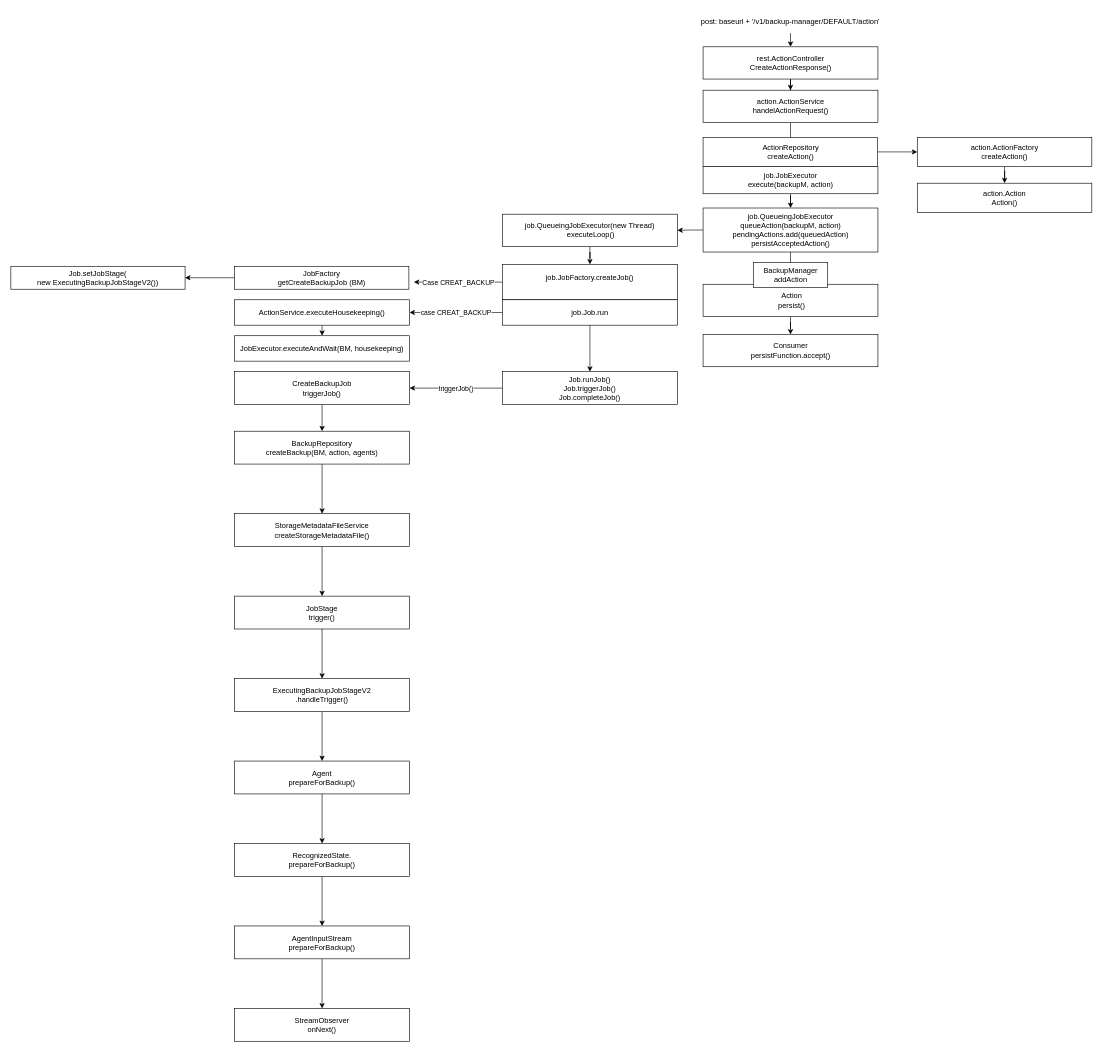
This is page "Page-2" (2 of 2) of BRO-Post-Action.drawio from Albert-W/Draw_io, a draw.io file, before an edit. Source tidied: cells renumbered, new cells numbered last; positions are measured from the earlier drawing's top-left corner, leaving out a move shared by most shapes. Both pictures are drawn from the tidied source at 62%, with x=0, y=0 at pixel (11, 11).
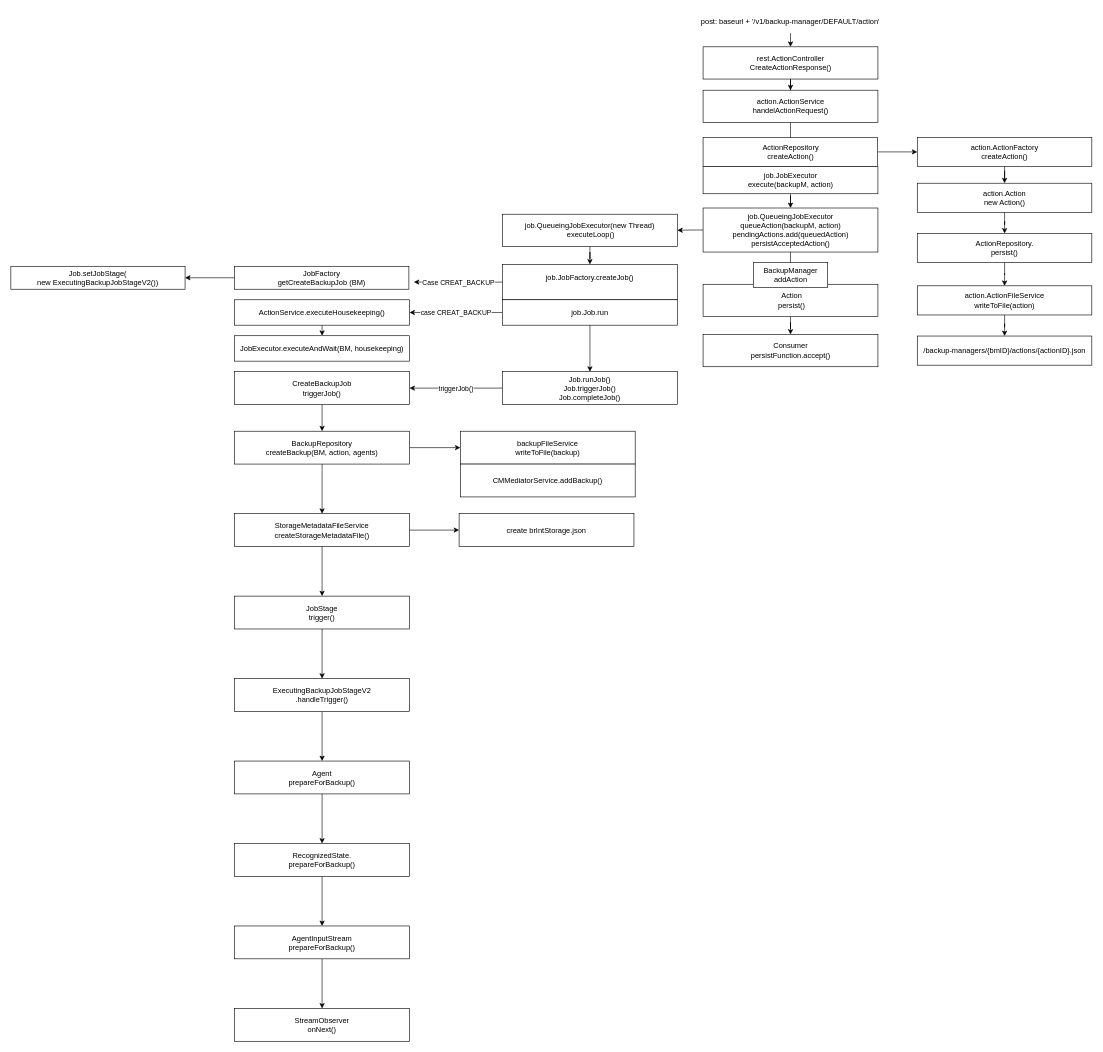
Above is the later version.

Unchanged cells that the change refers to:
```xml
<mxCell id="39" value="&lt;div&gt;BackupRepository&lt;/div&gt;&lt;div&gt;createBackup(BM, action, agents)&lt;br&gt;&lt;/div&gt;" style="rounded=0;whiteSpace=wrap;html=1;" parent="1" vertex="1">
  <mxGeometry x="361" y="678" width="282" height="53" as="geometry" />
</mxCell>
<mxCell id="41" value="&lt;div&gt;StorageMetadataFileService&lt;br&gt;&lt;/div&gt;&lt;div&gt;createStorageMetadataFile()&lt;br&gt;&lt;/div&gt;" style="rounded=0;whiteSpace=wrap;html=1;" parent="1" vertex="1">
  <mxGeometry x="361" y="811" width="282" height="53" as="geometry" />
</mxCell>
```

The edit, as a diff of the source:
```diff
@@
+    <mxCell id="54" style="edgeStyle=orthogonalEdgeStyle;rounded=0;jettySize=auto;html=1;" parent="1" edge="1" source="26" target="58">
+      <mxGeometry relative="1" as="geometry" />
+    </mxCell>
-    <mxCell id="26" value="&lt;div&gt;action.Action&lt;/div&gt;&lt;div&gt;Action()&lt;br&gt;&lt;/div&gt;" style="rounded=0;whiteSpace=wrap;html=1;" parent="1" vertex="1">
+    <mxCell id="26" value="&lt;div&gt;action.Action&lt;/div&gt;&lt;div&gt;new Action()&lt;br&gt;&lt;/div&gt;" style="rounded=0;whiteSpace=wrap;html=1;" parent="1" vertex="1">
       <mxGeometry x="1462" y="278" width="281.5" height="47" as="geometry" />
     </mxCell>
@@
+    <mxCell id="55" style="edgeStyle=orthogonalEdgeStyle;rounded=0;jettySize=auto;html=1;" parent="1" edge="1" source="39" target="63">
+      <mxGeometry relative="1" as="geometry" />
+    </mxCell>
@@
+    <mxCell id="56" style="edgeStyle=orthogonalEdgeStyle;rounded=0;jettySize=auto;html=1;" parent="1" edge="1" source="41" target="62">
+      <mxGeometry relative="1" as="geometry" />
+    </mxCell>
@@
+    <mxCell id="57" style="edgeStyle=orthogonalEdgeStyle;rounded=0;jettySize=auto;html=1;" parent="1" edge="1" source="58" target="60">
+      <mxGeometry relative="1" as="geometry" />
+    </mxCell>
+    <mxCell id="58" value="&lt;div&gt;ActionRepository.&lt;/div&gt;&lt;div&gt;persist()&lt;br&gt;&lt;/div&gt;" style="rounded=0;whiteSpace=wrap;html=1;" parent="1" vertex="1">
+      <mxGeometry x="1462" y="359" width="281.5" height="47" as="geometry" />
+    </mxCell>
+    <mxCell id="59" style="edgeStyle=orthogonalEdgeStyle;rounded=0;jettySize=auto;html=1;" parent="1" edge="1" source="60" target="61">
+      <mxGeometry relative="1" as="geometry" />
+    </mxCell>
+    <mxCell id="60" value="&lt;div&gt;action.ActionFileService&lt;/div&gt;&lt;div&gt;writeToFile(action)&lt;br&gt;&lt;/div&gt;" style="rounded=0;whiteSpace=wrap;html=1;" parent="1" vertex="1">
+      <mxGeometry x="1462" y="443.5" width="281.5" height="47" as="geometry" />
+    </mxCell>
+    <mxCell id="61" value="/backup-managers/{bmID}/actions/{actionID}.json" style="rounded=0;whiteSpace=wrap;html=1;" parent="1" vertex="1">
+      <mxGeometry x="1462" y="524.5" width="281.5" height="47" as="geometry" />
+    </mxCell>
+    <mxCell id="62" value="&lt;div&gt;create brIntStorage.json&lt;br&gt;&lt;/div&gt;" style="rounded=0;whiteSpace=wrap;html=1;" parent="1" vertex="1">
+      <mxGeometry x="723" y="811" width="282" height="53" as="geometry" />
+    </mxCell>
+    <mxCell id="63" value="&lt;div&gt;backupFileService&lt;/div&gt;&lt;div&gt;writeToFile(backup)&lt;br&gt;&lt;/div&gt;" style="rounded=0;whiteSpace=wrap;html=1;" parent="1" vertex="1">
+      <mxGeometry x="725" y="678" width="282" height="53" as="geometry" />
+    </mxCell>
+    <mxCell id="64" value="CMMediatorService.addBackup()" style="rounded=0;whiteSpace=wrap;html=1;" parent="1" vertex="1">
+      <mxGeometry x="725" y="731" width="282" height="53" as="geometry" />
+    </mxCell>
```
